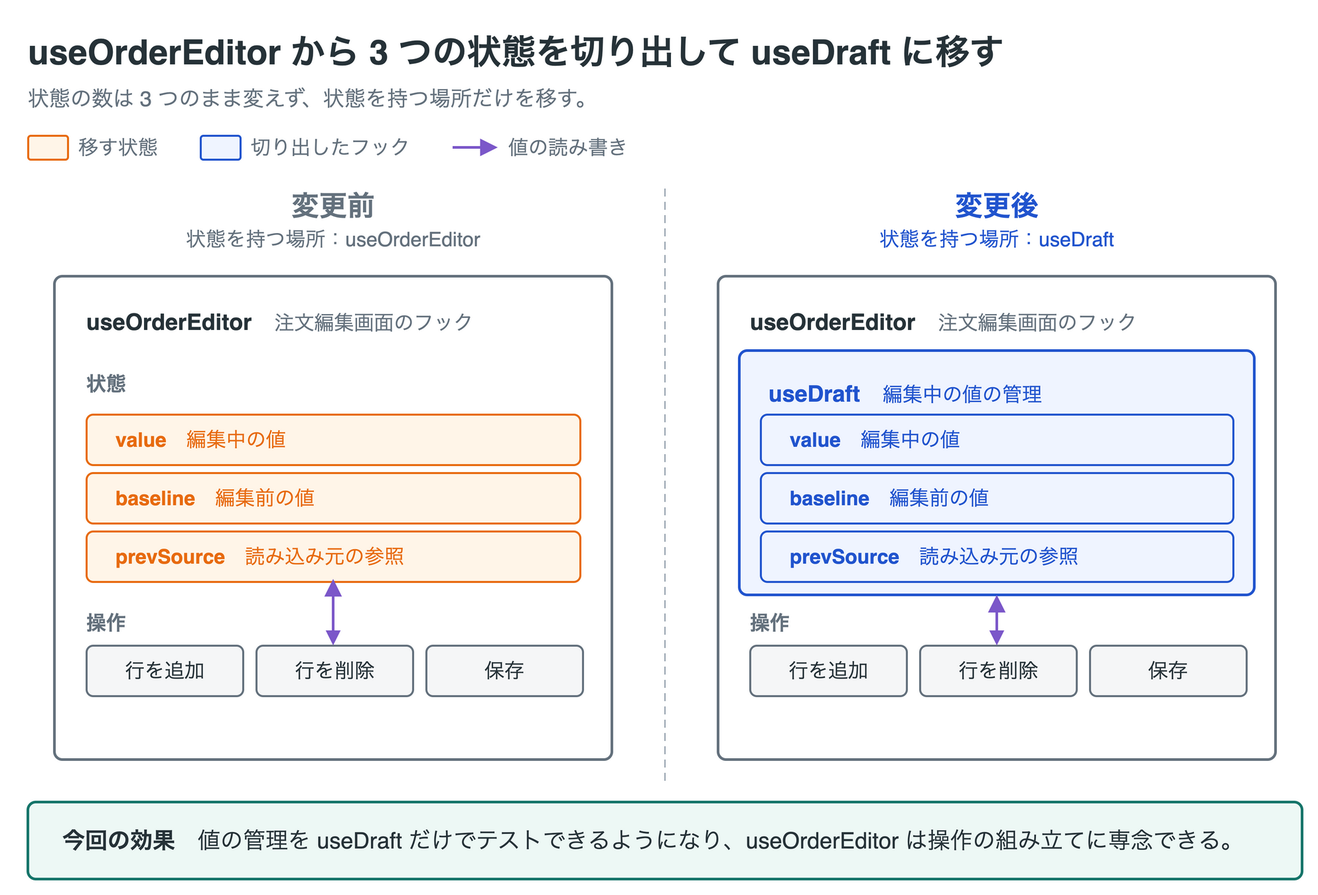
nntto/skills keeps this draw.io diagram as skills/explanatory-diagrams/templates/refactor-move-state/refactor-move-state.drawio.png. Above is the earlier version. Source tidied: cells renumbered, new cells last; positions are measured from the earlier drawing's top-left corner, leaving out a move shared by most shapes. Source of this version:
```xml
<mxGraphModel background="#ffffff">
  <root>
    <mxCell id="0" />
    <mxCell id="1" parent="0" />
    <mxCell id="2" value="useOrderEditor から 3 つの状態を切り出して useDraft に移す" style="text;html=1;whiteSpace=wrap;fontFamily=Helvetica;fontSize=26;fontColor=#263238;align=left;verticalAlign=middle;spacing=0;fontStyle=1;" parent="1" vertex="1">
      <mxGeometry width="960" height="38" as="geometry" />
    </mxCell>
    <mxCell id="3" value="状態の数は 3 つのまま変えず、状態を持つ場所だけを移す。" style="text;html=1;whiteSpace=wrap;fontFamily=Helvetica;fontSize=16;fontColor=#64717d;align=left;verticalAlign=middle;spacing=0;" parent="1" vertex="1">
      <mxGeometry y="42" width="960" height="24" as="geometry" />
    </mxCell>
    <mxCell id="4" style="rounded=1;absoluteArcSize=1;arcSize=4;whiteSpace=wrap;html=1;fillColor=#fff5e8;strokeColor=#e86b10;strokeWidth=1.5;fontColor=#e86b10;fontFamily=Helvetica;fontSize=17;align=center;verticalAlign=middle;spacing=10;" parent="1" vertex="1">
      <mxGeometry y="82" width="30" height="18" as="geometry" />
    </mxCell>
    <mxCell id="5" value="移す状態" style="text;html=1;whiteSpace=wrap;fontFamily=Helvetica;fontSize=15;fontColor=#64717d;align=left;verticalAlign=middle;spacing=0;" parent="1" vertex="1">
      <mxGeometry x="38" y="80" width="64" height="22" as="geometry" />
    </mxCell>
    <mxCell id="6" style="rounded=1;absoluteArcSize=1;arcSize=4;whiteSpace=wrap;html=1;fillColor=#eff4ff;strokeColor=#2154ce;strokeWidth=1.5;fontColor=#2154ce;fontFamily=Helvetica;fontSize=17;align=center;verticalAlign=middle;spacing=10;" parent="1" vertex="1">
      <mxGeometry x="130" y="82" width="30" height="18" as="geometry" />
    </mxCell>
    <mxCell id="7" value="切り出したフック" style="text;html=1;whiteSpace=wrap;fontFamily=Helvetica;fontSize=15;fontColor=#64717d;align=left;verticalAlign=middle;spacing=0;" parent="1" vertex="1">
      <mxGeometry x="168" y="80" width="124" height="22" as="geometry" />
    </mxCell>
    <mxCell id="8" style="edgeStyle=none;rounded=1;html=1;strokeColor=#7b57c9;strokeWidth=2;endArrow=block;endFill=1;startArrow=none;startFill=1;endSize=8;fontFamily=Helvetica;fontSize=15;fontColor=#7b57c9;labelBackgroundColor=#ffffff;" parent="1" edge="1">
      <mxGeometry relative="1" as="geometry">
        <mxPoint x="320" y="91" as="sourcePoint" />
        <mxPoint x="354" y="91" as="targetPoint" />
      </mxGeometry>
    </mxCell>
    <mxCell id="9" value="値の読み書き" style="text;html=1;whiteSpace=wrap;fontFamily=Helvetica;fontSize=15;fontColor=#64717d;align=left;verticalAlign=middle;spacing=0;" parent="1" vertex="1">
      <mxGeometry x="362" y="80" width="124" height="22" as="geometry" />
    </mxCell>
    <mxCell id="10" value="変更前" style="text;html=1;whiteSpace=wrap;fontFamily=Helvetica;fontSize=21;fontColor=#64717d;align=center;verticalAlign=middle;spacing=0;fontStyle=1;" parent="1" vertex="1">
      <mxGeometry y="120" width="460" height="30" as="geometry" />
    </mxCell>
    <mxCell id="11" value="状態を持つ場所：useOrderEditor" style="text;html=1;whiteSpace=wrap;fontFamily=Helvetica;fontSize=15;fontColor=#64717d;align=center;verticalAlign=middle;spacing=0;" parent="1" vertex="1">
      <mxGeometry y="148" width="460" height="24" as="geometry" />
    </mxCell>
    <mxCell id="12" value="変更後" style="text;html=1;whiteSpace=wrap;fontFamily=Helvetica;fontSize=21;fontColor=#2154ce;align=center;verticalAlign=middle;spacing=0;fontStyle=1;" parent="1" vertex="1">
      <mxGeometry x="500" y="120" width="460" height="30" as="geometry" />
    </mxCell>
    <mxCell id="13" value="状態を持つ場所：useDraft" style="text;html=1;whiteSpace=wrap;fontFamily=Helvetica;fontSize=15;fontColor=#2154ce;align=center;verticalAlign=middle;spacing=0;" parent="1" vertex="1">
      <mxGeometry x="500" y="148" width="460" height="24" as="geometry" />
    </mxCell>
    <mxCell id="14" style="edgeStyle=none;rounded=1;html=1;strokeColor=#9aa5b1;strokeWidth=1;endArrow=none;endFill=1;startArrow=none;startFill=1;endSize=8;fontFamily=Helvetica;fontSize=15;fontColor=#9aa5b1;labelBackgroundColor=#ffffff;dashed=1;dashPattern=6 4;" parent="1" edge="1">
      <mxGeometry relative="1" as="geometry">
        <mxPoint x="480" y="122" as="sourcePoint" />
        <mxPoint x="480" y="568" as="targetPoint" />
      </mxGeometry>
    </mxCell>
    <mxCell id="15" value="&lt;b&gt;useOrderEditor&lt;/b&gt;　&lt;span style=&quot;font-size:15px;color:#64717d;&quot;&gt;注文編集画面のフック&lt;/span&gt;" style="rounded=1;absoluteArcSize=1;arcSize=12;whiteSpace=wrap;html=1;fillColor=#ffffff;strokeColor=#64717d;strokeWidth=2;fontColor=#263238;fontFamily=Helvetica;fontSize=17;align=left;verticalAlign=top;spacing=10;spacingLeft=14;spacingTop=10;" parent="1" vertex="1">
      <mxGeometry x="20" y="188" width="420" height="364" as="geometry" />
    </mxCell>
    <mxCell id="16" value="状態" style="text;html=1;whiteSpace=wrap;fontFamily=Helvetica;fontSize=15;fontColor=#64717d;align=left;verticalAlign=middle;spacing=0;fontStyle=1;" parent="1" vertex="1">
      <mxGeometry x="44" y="258" width="200" height="22" as="geometry" />
    </mxCell>
    <mxCell id="17" value="&lt;b&gt;value&lt;/b&gt;　編集中の値" style="rounded=1;absoluteArcSize=1;arcSize=10;whiteSpace=wrap;html=1;fillColor=#fff5e8;strokeColor=#e86b10;strokeWidth=1.5;fontColor=#e86b10;fontFamily=Helvetica;fontSize=15;align=left;verticalAlign=middle;spacing=10;spacingLeft=12;" parent="1" vertex="1">
      <mxGeometry x="44" y="292" width="372" height="38" as="geometry" />
    </mxCell>
    <mxCell id="18" value="&lt;b&gt;baseline&lt;/b&gt;　編集前の値" style="rounded=1;absoluteArcSize=1;arcSize=10;whiteSpace=wrap;html=1;fillColor=#fff5e8;strokeColor=#e86b10;strokeWidth=1.5;fontColor=#e86b10;fontFamily=Helvetica;fontSize=15;align=left;verticalAlign=middle;spacing=10;spacingLeft=12;" parent="1" vertex="1">
      <mxGeometry x="44" y="336" width="372" height="38" as="geometry" />
    </mxCell>
    <mxCell id="19" value="&lt;b&gt;prevSource&lt;/b&gt;　読み込み元の参照" style="rounded=1;absoluteArcSize=1;arcSize=10;whiteSpace=wrap;html=1;fillColor=#fff5e8;strokeColor=#e86b10;strokeWidth=1.5;fontColor=#e86b10;fontFamily=Helvetica;fontSize=15;align=left;verticalAlign=middle;spacing=10;spacingLeft=12;" parent="1" vertex="1">
      <mxGeometry x="44" y="380" width="372" height="38" as="geometry" />
    </mxCell>
    <mxCell id="20" value="操作" style="text;html=1;whiteSpace=wrap;fontFamily=Helvetica;fontSize=15;fontColor=#64717d;align=left;verticalAlign=middle;spacing=0;fontStyle=1;" parent="1" vertex="1">
      <mxGeometry x="44" y="438" width="200" height="22" as="geometry" />
    </mxCell>
    <mxCell id="21" value="行を追加" style="rounded=1;absoluteArcSize=1;arcSize=10;whiteSpace=wrap;html=1;fillColor=#f5f6f7;strokeColor=#64717d;strokeWidth=1.5;fontColor=#263238;fontFamily=Helvetica;fontSize=15;align=center;verticalAlign=middle;spacing=2;" parent="1" vertex="1">
      <mxGeometry x="44" y="466" width="118" height="38" as="geometry" />
    </mxCell>
    <mxCell id="22" value="行を削除" style="rounded=1;absoluteArcSize=1;arcSize=10;whiteSpace=wrap;html=1;fillColor=#f5f6f7;strokeColor=#64717d;strokeWidth=1.5;fontColor=#263238;fontFamily=Helvetica;fontSize=15;align=center;verticalAlign=middle;spacing=2;" parent="1" vertex="1">
      <mxGeometry x="172" y="466" width="118" height="38" as="geometry" />
    </mxCell>
    <mxCell id="23" value="保存" style="rounded=1;absoluteArcSize=1;arcSize=10;whiteSpace=wrap;html=1;fillColor=#f5f6f7;strokeColor=#64717d;strokeWidth=1.5;fontColor=#263238;fontFamily=Helvetica;fontSize=15;align=center;verticalAlign=middle;spacing=2;" parent="1" vertex="1">
      <mxGeometry x="300" y="466" width="118" height="38" as="geometry" />
    </mxCell>
    <mxCell id="24" style="edgeStyle=none;rounded=1;html=1;strokeColor=#7b57c9;strokeWidth=2;endArrow=block;endFill=1;startArrow=block;startFill=1;endSize=8;fontFamily=Helvetica;fontSize=15;fontColor=#7b57c9;labelBackgroundColor=#ffffff;" parent="1" edge="1">
      <mxGeometry relative="1" as="geometry">
        <mxPoint x="230" y="466" as="sourcePoint" />
        <mxPoint x="230" y="416" as="targetPoint" />
      </mxGeometry>
    </mxCell>
    <mxCell id="25" value="&lt;b&gt;useOrderEditor&lt;/b&gt;　&lt;span style=&quot;font-size:15px;color:#64717d;&quot;&gt;注文編集画面のフック&lt;/span&gt;" style="rounded=1;absoluteArcSize=1;arcSize=12;whiteSpace=wrap;html=1;fillColor=#ffffff;strokeColor=#64717d;strokeWidth=2;fontColor=#263238;fontFamily=Helvetica;fontSize=17;align=left;verticalAlign=top;spacing=10;spacingLeft=14;spacingTop=10;" parent="1" vertex="1">
      <mxGeometry x="520" y="188" width="420" height="364" as="geometry" />
    </mxCell>
    <mxCell id="26" value="&lt;b&gt;useDraft&lt;/b&gt;　&lt;span style=&quot;font-size:15px;color:#2154ce;&quot;&gt;編集中の値の管理&lt;/span&gt;" style="rounded=1;absoluteArcSize=1;arcSize=12;whiteSpace=wrap;html=1;fillColor=#eff4ff;strokeColor=#2154ce;strokeWidth=2;fontColor=#2154ce;fontFamily=Helvetica;fontSize=17;align=left;verticalAlign=top;spacing=10;spacingLeft=12;spacingTop=8;" parent="1" vertex="1">
      <mxGeometry x="536" y="244" width="388" height="184" as="geometry" />
    </mxCell>
    <mxCell id="27" value="&lt;b&gt;value&lt;/b&gt;　編集中の値" style="rounded=1;absoluteArcSize=1;arcSize=10;whiteSpace=wrap;html=1;fillColor=#eff4ff;strokeColor=#2154ce;strokeWidth=1.5;fontColor=#2154ce;fontFamily=Helvetica;fontSize=15;align=left;verticalAlign=middle;spacing=10;spacingLeft=12;" parent="1" vertex="1">
      <mxGeometry x="552" y="292" width="356" height="38" as="geometry" />
    </mxCell>
    <mxCell id="28" value="&lt;b&gt;baseline&lt;/b&gt;　編集前の値" style="rounded=1;absoluteArcSize=1;arcSize=10;whiteSpace=wrap;html=1;fillColor=#eff4ff;strokeColor=#2154ce;strokeWidth=1.5;fontColor=#2154ce;fontFamily=Helvetica;fontSize=15;align=left;verticalAlign=middle;spacing=10;spacingLeft=12;" parent="1" vertex="1">
      <mxGeometry x="552" y="336" width="356" height="38" as="geometry" />
    </mxCell>
    <mxCell id="29" value="&lt;b&gt;prevSource&lt;/b&gt;　読み込み元の参照" style="rounded=1;absoluteArcSize=1;arcSize=10;whiteSpace=wrap;html=1;fillColor=#eff4ff;strokeColor=#2154ce;strokeWidth=1.5;fontColor=#2154ce;fontFamily=Helvetica;fontSize=15;align=left;verticalAlign=middle;spacing=10;spacingLeft=12;" parent="1" vertex="1">
      <mxGeometry x="552" y="380" width="356" height="38" as="geometry" />
    </mxCell>
    <mxCell id="30" value="操作" style="text;html=1;whiteSpace=wrap;fontFamily=Helvetica;fontSize=15;fontColor=#64717d;align=left;verticalAlign=middle;spacing=0;fontStyle=1;" parent="1" vertex="1">
      <mxGeometry x="544" y="438" width="200" height="22" as="geometry" />
    </mxCell>
    <mxCell id="31" value="行を追加" style="rounded=1;absoluteArcSize=1;arcSize=10;whiteSpace=wrap;html=1;fillColor=#f5f6f7;strokeColor=#64717d;strokeWidth=1.5;fontColor=#263238;fontFamily=Helvetica;fontSize=15;align=center;verticalAlign=middle;spacing=2;" parent="1" vertex="1">
      <mxGeometry x="544" y="466" width="118" height="38" as="geometry" />
    </mxCell>
    <mxCell id="32" value="行を削除" style="rounded=1;absoluteArcSize=1;arcSize=10;whiteSpace=wrap;html=1;fillColor=#f5f6f7;strokeColor=#64717d;strokeWidth=1.5;fontColor=#263238;fontFamily=Helvetica;fontSize=15;align=center;verticalAlign=middle;spacing=2;" parent="1" vertex="1">
      <mxGeometry x="672" y="466" width="118" height="38" as="geometry" />
    </mxCell>
    <mxCell id="33" value="保存" style="rounded=1;absoluteArcSize=1;arcSize=10;whiteSpace=wrap;html=1;fillColor=#f5f6f7;strokeColor=#64717d;strokeWidth=1.5;fontColor=#263238;fontFamily=Helvetica;fontSize=15;align=center;verticalAlign=middle;spacing=2;" parent="1" vertex="1">
      <mxGeometry x="800" y="466" width="118" height="38" as="geometry" />
    </mxCell>
    <mxCell id="34" style="edgeStyle=none;rounded=1;html=1;strokeColor=#7b57c9;strokeWidth=2;endArrow=block;endFill=1;startArrow=block;startFill=1;endSize=8;fontFamily=Helvetica;fontSize=15;fontColor=#7b57c9;labelBackgroundColor=#ffffff;" parent="1" edge="1">
      <mxGeometry relative="1" as="geometry">
        <mxPoint x="730" y="466" as="sourcePoint" />
        <mxPoint x="730" y="428" as="targetPoint" />
      </mxGeometry>
    </mxCell>
    <mxCell id="35" value="&lt;b&gt;今回の効果&lt;/b&gt;　値の管理を useDraft だけでテストできるようになり、useOrderEditor は操作の組み立てに専念できる。" style="rounded=1;absoluteArcSize=1;arcSize=12;whiteSpace=wrap;html=1;fillColor=#edf8f5;strokeColor=#16756a;strokeWidth=2;fontColor=#263238;fontFamily=Helvetica;fontSize=17;align=left;verticalAlign=middle;spacing=10;spacingLeft=16;" parent="1" vertex="1">
      <mxGeometry y="584" width="960" height="58" as="geometry" />
    </mxCell>
  </root>
</mxGraphModel>
```
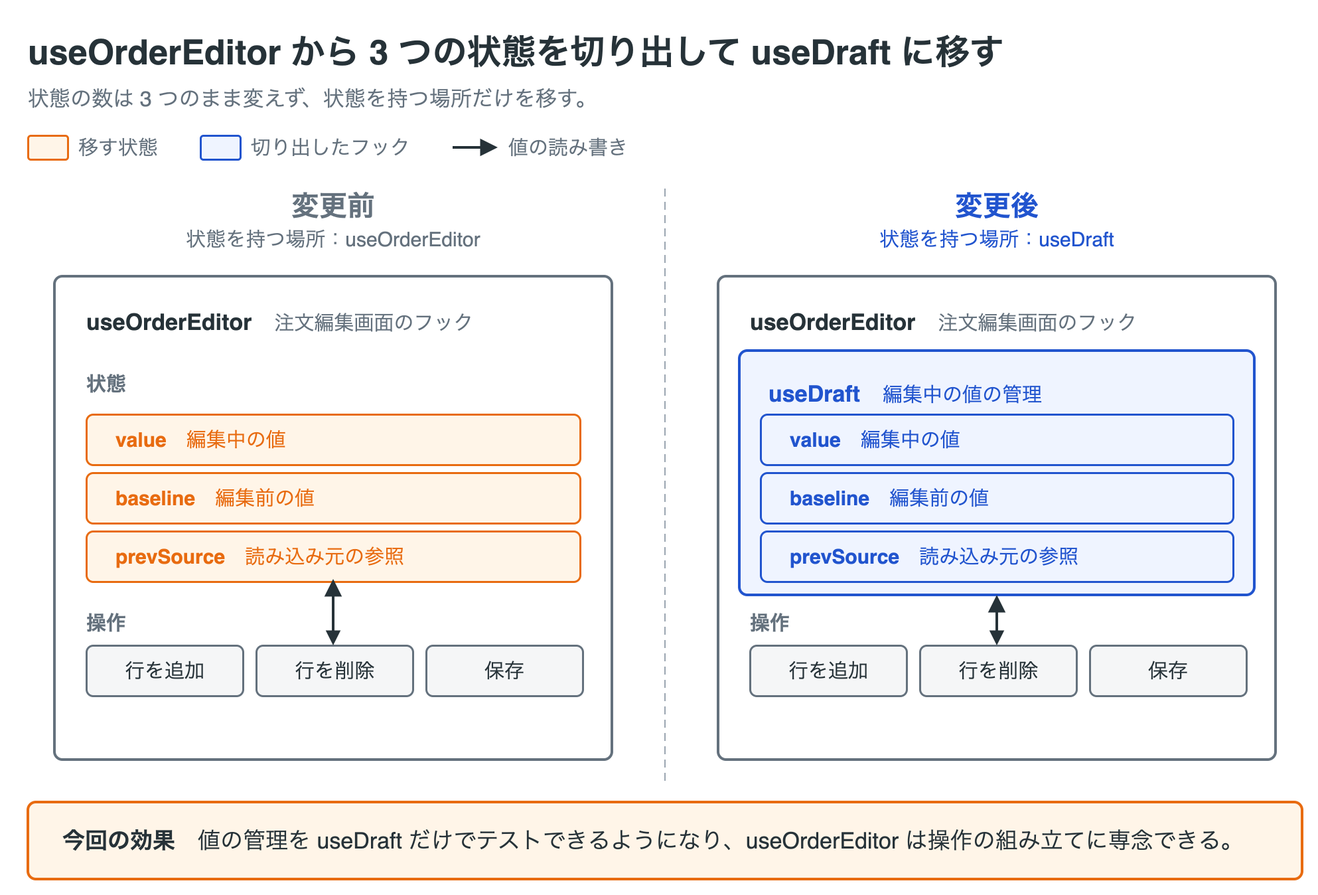
After the change.

The edit, as a diff of the source:
```diff
@@ -20,7 +20,7 @@
     <mxCell id="7" value="切り出したフック" style="text;html=1;whiteSpace=wrap;fontFamily=Helvetica;fontSize=15;fontColor=#64717d;align=left;verticalAlign=middle;spacing=0;" parent="1" vertex="1">
       <mxGeometry x="168" y="80" width="124" height="22" as="geometry" />
     </mxCell>
-    <mxCell id="8" style="edgeStyle=none;rounded=1;html=1;strokeColor=#7b57c9;strokeWidth=2;endArrow=block;endFill=1;startArrow=none;startFill=1;endSize=8;fontFamily=Helvetica;fontSize=15;fontColor=#7b57c9;labelBackgroundColor=#ffffff;" parent="1" edge="1">
+    <mxCell id="8" style="edgeStyle=none;rounded=1;html=1;strokeColor=#263238;strokeWidth=2;endArrow=block;endFill=1;startArrow=none;startFill=1;endSize=8;fontFamily=Helvetica;fontSize=15;fontColor=#263238;labelBackgroundColor=#ffffff;" parent="1" edge="1">
       <mxGeometry relative="1" as="geometry">
         <mxPoint x="320" y="91" as="sourcePoint" />
         <mxPoint x="354" y="91" as="targetPoint" />
@@ -74,7 +74,7 @@
     <mxCell id="23" value="保存" style="rounded=1;absoluteArcSize=1;arcSize=10;whiteSpace=wrap;html=1;fillColor=#f5f6f7;strokeColor=#64717d;strokeWidth=1.5;fontColor=#263238;fontFamily=Helvetica;fontSize=15;align=center;verticalAlign=middle;spacing=2;" parent="1" vertex="1">
       <mxGeometry x="300" y="466" width="118" height="38" as="geometry" />
     </mxCell>
-    <mxCell id="24" style="edgeStyle=none;rounded=1;html=1;strokeColor=#7b57c9;strokeWidth=2;endArrow=block;endFill=1;startArrow=block;startFill=1;endSize=8;fontFamily=Helvetica;fontSize=15;fontColor=#7b57c9;labelBackgroundColor=#ffffff;" parent="1" edge="1">
+    <mxCell id="24" style="edgeStyle=none;rounded=1;html=1;strokeColor=#263238;strokeWidth=2;endArrow=block;endFill=1;startArrow=block;startFill=1;endSize=8;fontFamily=Helvetica;fontSize=15;fontColor=#263238;labelBackgroundColor=#ffffff;" parent="1" edge="1">
       <mxGeometry relative="1" as="geometry">
         <mxPoint x="230" y="466" as="sourcePoint" />
         <mxPoint x="230" y="416" as="targetPoint" />
@@ -107,13 +107,13 @@
     <mxCell id="33" value="保存" style="rounded=1;absoluteArcSize=1;arcSize=10;whiteSpace=wrap;html=1;fillColor=#f5f6f7;strokeColor=#64717d;strokeWidth=1.5;fontColor=#263238;fontFamily=Helvetica;fontSize=15;align=center;verticalAlign=middle;spacing=2;" parent="1" vertex="1">
       <mxGeometry x="800" y="466" width="118" height="38" as="geometry" />
     </mxCell>
-    <mxCell id="34" style="edgeStyle=none;rounded=1;html=1;strokeColor=#7b57c9;strokeWidth=2;endArrow=block;endFill=1;startArrow=block;startFill=1;endSize=8;fontFamily=Helvetica;fontSize=15;fontColor=#7b57c9;labelBackgroundColor=#ffffff;" parent="1" edge="1">
+    <mxCell id="34" style="edgeStyle=none;rounded=1;html=1;strokeColor=#263238;strokeWidth=2;endArrow=block;endFill=1;startArrow=block;startFill=1;endSize=8;fontFamily=Helvetica;fontSize=15;fontColor=#263238;labelBackgroundColor=#ffffff;" parent="1" edge="1">
       <mxGeometry relative="1" as="geometry">
         <mxPoint x="730" y="466" as="sourcePoint" />
         <mxPoint x="730" y="428" as="targetPoint" />
       </mxGeometry>
     </mxCell>
-    <mxCell id="35" value="&lt;b&gt;今回の効果&lt;/b&gt;　値の管理を useDraft だけでテストできるようになり、useOrderEditor は操作の組み立てに専念できる。" style="rounded=1;absoluteArcSize=1;arcSize=12;whiteSpace=wrap;html=1;fillColor=#edf8f5;strokeColor=#16756a;strokeWidth=2;fontColor=#263238;fontFamily=Helvetica;fontSize=17;align=left;verticalAlign=middle;spacing=10;spacingLeft=16;" parent="1" vertex="1">
+    <mxCell id="35" value="&lt;b&gt;今回の効果&lt;/b&gt;　値の管理を useDraft だけでテストできるようになり、useOrderEditor は操作の組み立てに専念できる。" style="rounded=1;absoluteArcSize=1;arcSize=12;whiteSpace=wrap;html=1;fillColor=#fff5e8;strokeColor=#e86b10;strokeWidth=2;fontColor=#263238;fontFamily=Helvetica;fontSize=17;align=left;verticalAlign=middle;spacing=10;spacingLeft=16;" parent="1" vertex="1">
       <mxGeometry y="584" width="960" height="58" as="geometry" />
     </mxCell>
   </root>
```
